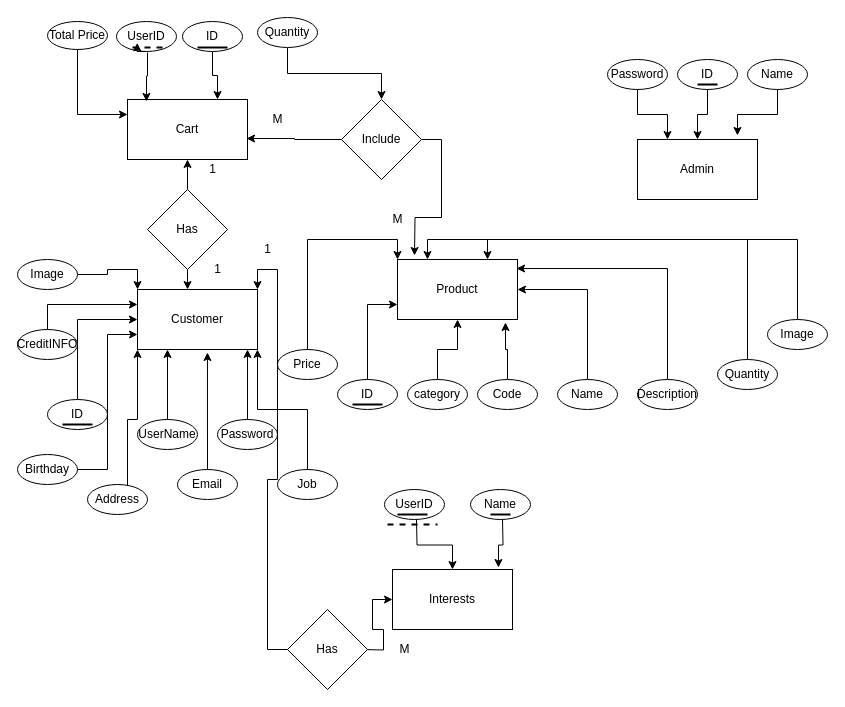
Earlier version of the draw.io diagram Untitled Diagram.drawio (NIHALMAGDY/Shopping-website). Source tidied: cells renumbered, new cells numbered last; positions are measured from the earlier drawing's top-left corner, leaving out a move shared by most shapes. Both pictures are drawn from the tidied source at 100%, with x=0, y=0 at pixel (17, 17).
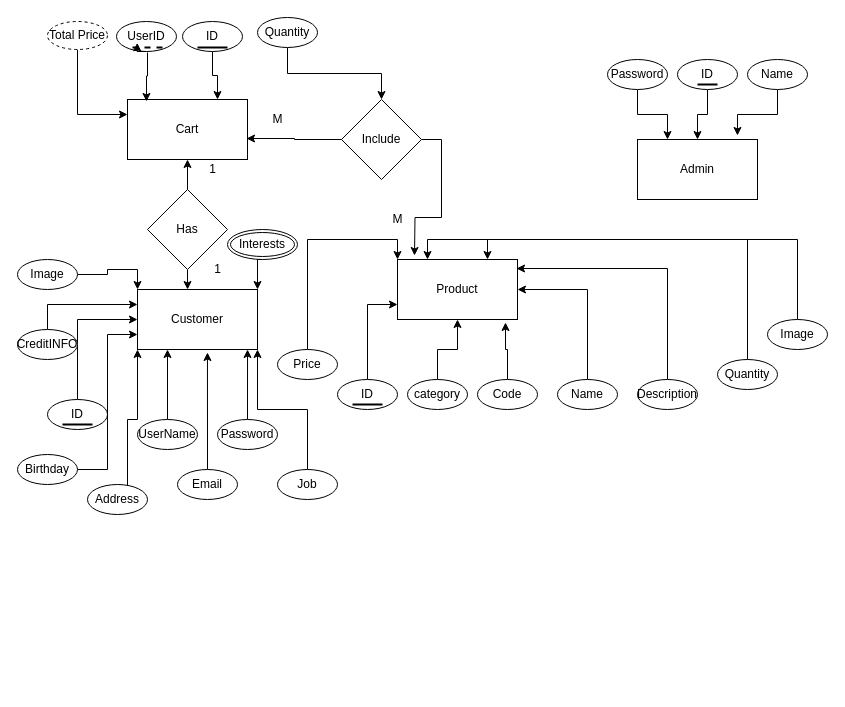
Above is the later version.

Unchanged cells that the change refers to:
```xml
<mxCell id="3" value="Customer" style="rounded=0;whiteSpace=wrap;html=1;" parent="1" vertex="1">
  <mxGeometry x="120" y="272" width="120" height="60" as="geometry" />
</mxCell>
```

Diff of the diagram source:
```diff
@@
-    <mxCell id="5" value="Interests" style="rounded=0;whiteSpace=wrap;html=1;" parent="1" vertex="1">
-      <mxGeometry x="375" y="552" width="120" height="60" as="geometry" />
-    </mxCell>
@@
-    <mxCell id="47" style="edgeStyle=orthogonalEdgeStyle;rounded=0;jettySize=auto;html=1;exitX=0.5;exitY=1;exitDx=0;exitDy=0;" parent="1" edge="1" target="5">
-      <mxGeometry relative="1" as="geometry">
-        <mxPoint x="399" y="502" as="sourcePoint" />
-      </mxGeometry>
-    </mxCell>
-    <mxCell id="48" value="UserID" style="ellipse;whiteSpace=wrap;html=1;" parent="1" vertex="1">
-      <mxGeometry x="367" y="472" width="60" height="30" as="geometry" />
-    </mxCell>
-    <mxCell id="49" style="edgeStyle=orthogonalEdgeStyle;rounded=0;jettySize=auto;html=1;exitX=0.5;exitY=1;exitDx=0;exitDy=0;entryX=0.883;entryY=-0.033;entryDx=0;entryDy=0;entryPerimeter=0;" parent="1" edge="1" target="5">
-      <mxGeometry relative="1" as="geometry">
-        <mxPoint x="485" y="502" as="sourcePoint" />
-      </mxGeometry>
-    </mxCell>
-    <mxCell id="50" value="Name" style="ellipse;whiteSpace=wrap;html=1;" parent="1" vertex="1">
-      <mxGeometry x="453" y="472" width="60" height="30" as="geometry" />
-    </mxCell>
@@
-    <mxCell id="60" style="edgeStyle=orthogonalEdgeStyle;rounded=0;jettySize=auto;html=1;exitX=1;exitY=0.5;exitDx=0;exitDy=0;entryX=0;entryY=0.5;entryDx=0;entryDy=0;" parent="1" edge="1" target="5">
-      <mxGeometry relative="1" as="geometry">
-        <mxPoint x="345" y="632" as="sourcePoint" />
-      </mxGeometry>
-    </mxCell>
-    <mxCell id="61" style="edgeStyle=orthogonalEdgeStyle;rounded=0;jettySize=auto;html=1;exitX=0;exitY=0.5;exitDx=0;exitDy=0;entryX=1;entryY=0;entryDx=0;entryDy=0;" parent="1" edge="1" source="62" target="3">
-      <mxGeometry relative="1" as="geometry" />
-    </mxCell>
-    <mxCell id="62" value="Has" style="rhombus;whiteSpace=wrap;html=1;" parent="1" vertex="1">
-      <mxGeometry x="270" y="592" width="80" height="80" as="geometry" />
-    </mxCell>
-    <mxCell id="63" value="M" style="text;html=1;align=center;verticalAlign=middle;" parent="1" vertex="1">
-      <mxGeometry x="372" y="622" width="30" height="20" as="geometry" />
-    </mxCell>
-    <mxCell id="64" value="1" style="text;html=1;align=center;verticalAlign=middle;" parent="1" vertex="1">
-      <mxGeometry x="240" y="222" width="20" height="20" as="geometry" />
-    </mxCell>
@@
-    <mxCell id="71" value="Total Price" style="ellipse;whiteSpace=wrap;html=1;" parent="1" vertex="1">
+    <mxCell id="71" value="Total Price" style="ellipse;whiteSpace=wrap;html=1;dashed=1;" parent="1" vertex="1">
       <mxGeometry x="30" y="4" width="60" height="28" as="geometry" />
     </mxCell>
@@
-    <mxCell id="75" style="line;strokeWidth=2;html=1;" parent="1" vertex="1">
-      <mxGeometry x="380" y="492" width="30" height="10" as="geometry" />
-    </mxCell>
-    <mxCell id="76" style="line;strokeWidth=2;html=1;" parent="1" vertex="1">
-      <mxGeometry x="473" y="492" width="20" height="10" as="geometry" />
-    </mxCell>
@@
-    <mxCell id="79" style="line;strokeWidth=2;html=1;dashed=1;" parent="1" vertex="1">
-      <mxGeometry x="370" y="502" width="50" height="10" as="geometry" />
-    </mxCell>
@@
+    <mxCell id="83" style="edgeStyle=orthogonalEdgeStyle;rounded=0;jettySize=auto;html=1;exitX=0.5;exitY=1;exitDx=0;exitDy=0;entryX=1;entryY=0;entryDx=0;entryDy=0;" parent="1" edge="1" source="5" target="3">
+      <mxGeometry relative="1" as="geometry" />
+    </mxCell>
+    <mxCell id="5" value="Interests" style="ellipse;shape=doubleEllipse;margin=3;whiteSpace=wrap;html=1;align=center;" parent="1" vertex="1">
+      <mxGeometry x="210" y="212" width="70" height="30" as="geometry" />
+    </mxCell>
```
